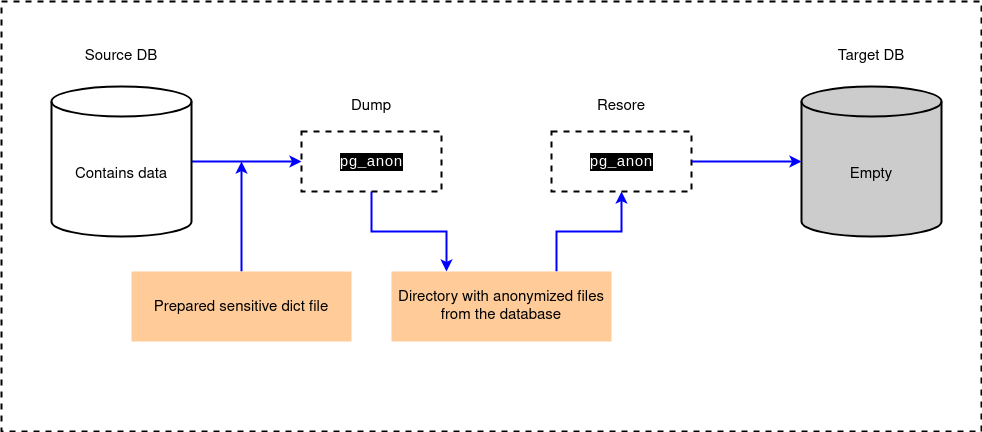
The draw.io diagram images/Dump-Resore-Terms.drawio.png in TantorLabs/pg_anon, before a commit. Source tidied: cells renumbered, new cells last; positions are measured from the earlier drawing's top-left corner, leaving out a move shared by most shapes.
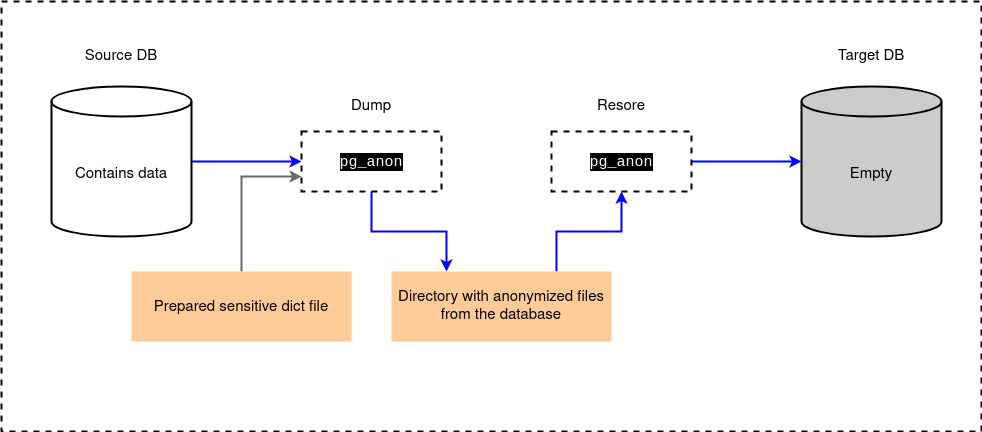
Later version of the same file.

Diff of the diagram source:
```diff
@@ -38,10 +38,8 @@
     <mxCell id="13" value="&lt;font style=&quot;font-size: 15px;&quot;&gt;Resore&lt;/font&gt;" style="text;html=1;align=center;verticalAlign=middle;whiteSpace=wrap;rounded=0;fontSize=15;" parent="1" vertex="1">
       <mxGeometry x="545" y="80" width="150" height="50" as="geometry" />
     </mxCell>
-    <mxCell id="14" style="edgeStyle=orthogonalEdgeStyle;rounded=0;jettySize=auto;html=1;strokeWidth=2;strokeColor=#0000FF;" parent="1" edge="1" source="15">
-      <mxGeometry relative="1" as="geometry">
-        <mxPoint x="240" y="160" as="targetPoint" />
-      </mxGeometry>
+    <mxCell id="14" style="edgeStyle=orthogonalEdgeStyle;rounded=0;jettySize=auto;html=1;strokeWidth=2;strokeColor=#696969;entryX=0;entryY=0.75;entryDx=0;entryDy=0;" parent="1" edge="1" source="15" target="9">
+      <mxGeometry relative="1" as="geometry" />
     </mxCell>
     <mxCell id="15" value="&lt;div style=&quot;font-size: 15px;&quot;&gt;&lt;pre style=&quot;font-size: 15px;&quot;&gt;&lt;font face=&quot;Helvetica&quot; style=&quot;font-size: 15px;&quot;&gt;Prepared sensitive dict file&lt;/font&gt;&lt;/pre&gt;&lt;/div&gt;" style="rounded=0;whiteSpace=wrap;html=1;fontSize=15;strokeWidth=2;fillColor=#FFCC99;strokeColor=none;" parent="1" vertex="1">
       <mxGeometry x="130" y="270" width="220" height="70" as="geometry" />
```
